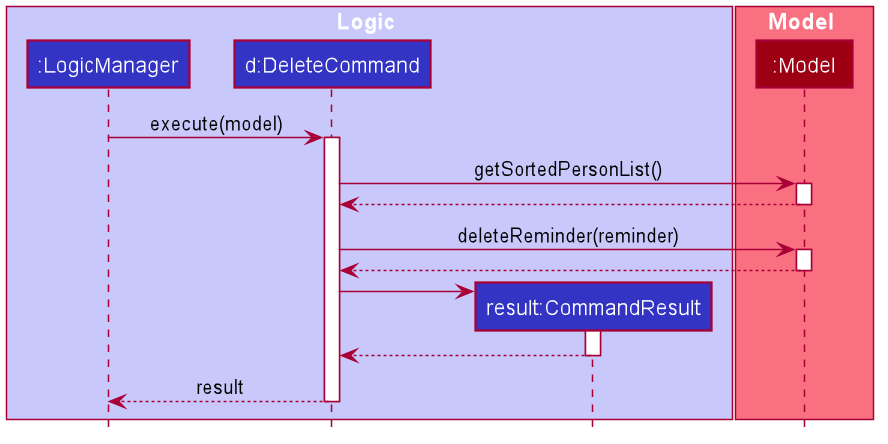
This is docs/images/ReminderExecuteDeleteSequenceDiagram.png from sebastiantoh/tp, a PlantUML export, as it was before one commit. Source of this version:
```plantuml
@startuml








skinparam BackgroundColor #FFFFFFF

skinparam Shadowing false

skinparam Class {
    FontColor #FFFFFF
    BorderThickness 1
    BorderColor #FFFFFF
    StereotypeFontColor #FFFFFF
    FontName Arial
}

skinparam Actor {
    BorderColor #000000
    Color #000000
    FontName Arial
}

skinparam Sequence {
    MessageAlign center
    BoxFontSize 15
    BoxPadding 0
    BoxFontColor #FFFFFF
    FontName Arial
}

skinparam Participant {
    FontColor #FFFFFFF
    Padding 20
}


skinparam ClassAttributeFontColor white
skinparam MinClassWidth 50
skinparam ParticipantPadding 10
skinparam Shadowing false
skinparam DefaultTextAlignment center
skinparam packageStyle Rectangle

hide footbox
hide members
hide circle

box Logic #C8C8FA
participant ":LogicManager" as LogicManager #3333C4
participant "d:DeleteCommand" as DeleteCommand #3333C4
participant "result:CommandResult" as CommandResult #3333C4
end box

box Model #F97181
participant ":Model" as Model #9D0012
end box

LogicManager -> DeleteCommand : execute(model)
activate DeleteCommand

DeleteCommand -> Model : getSortedPersonList()
activate Model

Model --> DeleteCommand
deactivate Model

DeleteCommand -> Model : deleteReminder(reminder)
activate Model

Model --> DeleteCommand
deactivate Model



create CommandResult
DeleteCommand -> CommandResult
activate CommandResult

CommandResult --> DeleteCommand
deactivate CommandResult

DeleteCommand --> LogicManager : result
deactivate DeleteCommand

@enduml
```
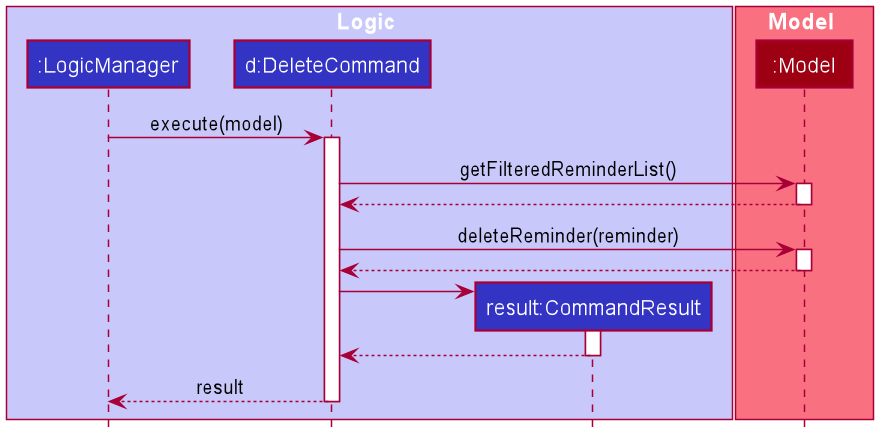
The same file after the commit.

Commit message:
Update UML diagrams

The edit, as a diff of the source:
```diff
@@ -63,7 +63,7 @@
 LogicManager -> DeleteCommand : execute(model)
 activate DeleteCommand
 
-DeleteCommand -> Model : getSortedPersonList()
+DeleteCommand -> Model : getFilteredReminderList()
 activate Model
 
 Model --> DeleteCommand
```
